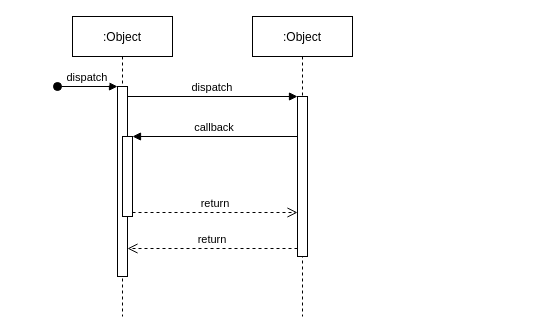
Before: Untitled Diagram.drawio in shouvSarker/my-app, a draw.io diagram. Source tidied: cells renumbered, new cells numbered last; positions are measured from the earlier drawing's top-left corner, leaving out a move shared by most shapes. Both pictures are drawn from the tidied source at 100%, with x=0, y=0 at pixel (57, 16).
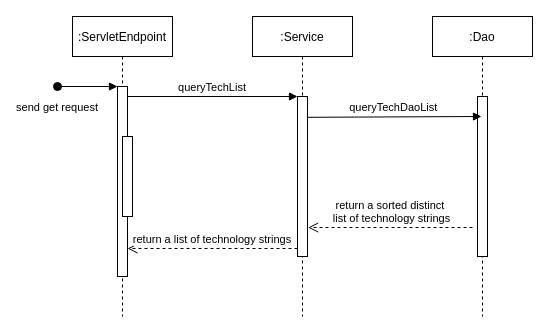
The same diagram, later.

Change to the diagram source:
```diff
@@
 <mxGraphModel>
   <root>
     <mxCell id="0" />
     <mxCell id="1" parent="0" />
-    <mxCell id="2" value=":Object" style="shape=umlLifeline;perimeter=lifelinePerimeter;rounded=0;shadow=0;strokeWidth=1;" parent="1" vertex="1">
+    <mxCell id="2" value=":ServletEndpoint" style="shape=umlLifeline;perimeter=lifelinePerimeter;rounded=0;shadow=0;strokeWidth=1;" parent="1" vertex="1">
       <mxGeometry x="15" width="100" height="300" as="geometry" />
     </mxCell>
     <mxCell id="3" style="points=[];perimeter=orthogonalPerimeter;rounded=0;shadow=0;strokeWidth=1;" parent="2" vertex="1">
       <mxGeometry x="45" y="70" width="10" height="190" as="geometry" />
     </mxCell>
-    <mxCell id="4" value="dispatch" style="verticalAlign=bottom;startArrow=oval;endArrow=block;startSize=8;shadow=0;strokeWidth=1;" parent="2" edge="1" target="3">
-      <mxGeometry relative="1" as="geometry">
+    <mxCell id="4" value="send get request" style="verticalAlign=bottom;startArrow=oval;endArrow=block;startSize=8;shadow=0;strokeWidth=1;" parent="2" edge="1" target="3">
+      <mxGeometry x="-1" y="-30" relative="1" as="geometry">
         <mxPoint x="-15" y="70" as="sourcePoint" />
       </mxGeometry>
     </mxCell>
     <mxCell id="5" style="points=[];perimeter=orthogonalPerimeter;rounded=0;shadow=0;strokeWidth=1;" parent="2" vertex="1">
       <mxGeometry x="50" y="120" width="10" height="80" as="geometry" />
     </mxCell>
-    <mxCell id="6" value=":Object" style="shape=umlLifeline;perimeter=lifelinePerimeter;rounded=0;shadow=0;strokeWidth=1;" parent="1" vertex="1">
+    <mxCell id="6" value=":Service" style="shape=umlLifeline;perimeter=lifelinePerimeter;rounded=0;shadow=0;strokeWidth=1;" parent="1" vertex="1">
       <mxGeometry x="195" width="100" height="300" as="geometry" />
     </mxCell>
     <mxCell id="7" style="points=[];perimeter=orthogonalPerimeter;rounded=0;shadow=0;strokeWidth=1;" parent="6" vertex="1">
       <mxGeometry x="45" y="80" width="10" height="160" as="geometry" />
     </mxCell>
-    <mxCell id="8" value="return" style="verticalAlign=bottom;endArrow=open;dashed=1;endSize=8;exitX=0;exitY=0.95;shadow=0;strokeWidth=1;" parent="1" edge="1" source="7" target="3">
+    <mxCell id="8" value="return a list of technology strings" style="verticalAlign=bottom;endArrow=open;dashed=1;endSize=8;exitX=0;exitY=0.95;shadow=0;strokeWidth=1;" parent="1" edge="1" source="7" target="3">
       <mxGeometry relative="1" as="geometry" />
     </mxCell>
-    <mxCell id="9" value="dispatch" style="verticalAlign=bottom;endArrow=block;entryX=0;entryY=0;shadow=0;strokeWidth=1;" parent="1" edge="1" source="3" target="7">
+    <mxCell id="9" value="queryTechList" style="verticalAlign=bottom;endArrow=block;entryX=0;entryY=0;shadow=0;strokeWidth=1;" parent="1" edge="1" source="3" target="7">
       <mxGeometry relative="1" as="geometry" />
     </mxCell>
-    <mxCell id="10" value="callback" style="verticalAlign=bottom;endArrow=block;entryX=1;entryY=0;shadow=0;strokeWidth=1;" parent="1" edge="1" source="7" target="5">
-      <mxGeometry relative="1" as="geometry" />
-    </mxCell>
-    <mxCell id="11" value="return" style="verticalAlign=bottom;endArrow=open;dashed=1;endSize=8;exitX=1;exitY=0.95;shadow=0;strokeWidth=1;" parent="1" edge="1" source="5" target="7">
-      <mxGeometry relative="1" as="geometry" />
-    </mxCell>
+    <mxCell id="12" value=":Dao" style="shape=umlLifeline;perimeter=lifelinePerimeter;rounded=0;shadow=0;strokeWidth=1;" parent="1" vertex="1">
+      <mxGeometry x="375" width="100" height="300" as="geometry" />
+    </mxCell>
+    <mxCell id="13" style="perimeter=orthogonalPerimeter;rounded=0;shadow=0;strokeWidth=1;" parent="12" vertex="1">
+      <mxGeometry x="45" y="80" width="10" height="160" as="geometry" />
+    </mxCell>
+    <mxCell id="14" value="queryTechDaoList" style="verticalAlign=bottom;endArrow=block;shadow=0;strokeWidth=1;exitX=0.928;exitY=0.13;exitDx=0;exitDy=0;exitPerimeter=0;" parent="1" edge="1" source="7">
+      <mxGeometry relative="1" as="geometry">
+        <mxPoint x="424" y="100" as="targetPoint" />
+      </mxGeometry>
+    </mxCell>
+    <mxCell id="15" value="return a sorted distinct&#10; list of technology strings" style="verticalAlign=bottom;endArrow=open;dashed=1;endSize=8;shadow=0;strokeWidth=1;entryX=1.066;entryY=0.819;entryDx=0;entryDy=0;entryPerimeter=0;" parent="1" edge="1" target="7">
+      <mxGeometry relative="1" as="geometry">
+        <mxPoint x="415" y="211" as="sourcePoint" />
+      </mxGeometry>
+    </mxCell>
   </root>
 </mxGraphModel>
```
